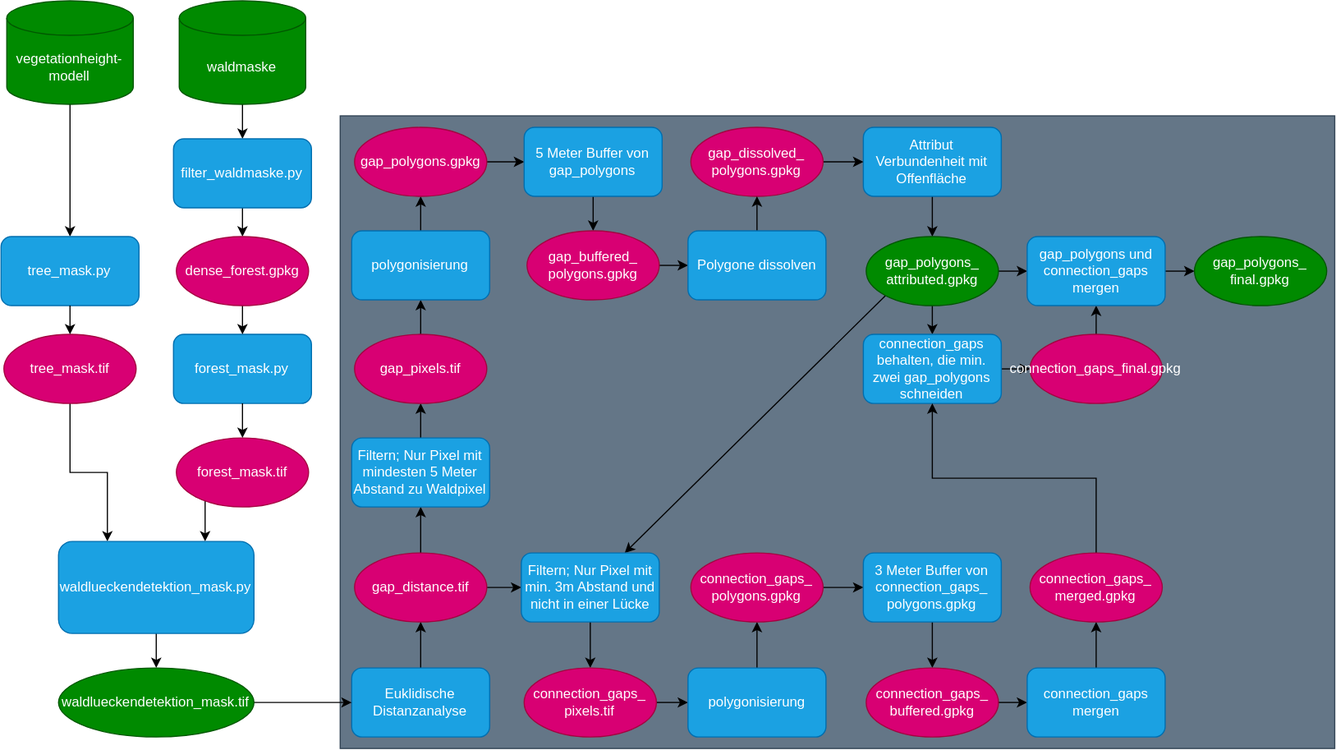
liobio72/Lueckendetektion keeps this draw.io diagram as Lueckendetektion_scripts.drawio.svg. Above is the earlier version. Source tidied: cells renumbered, new cells last; positions are measured from the earlier drawing's top-left corner, leaving out a move shared by most shapes.
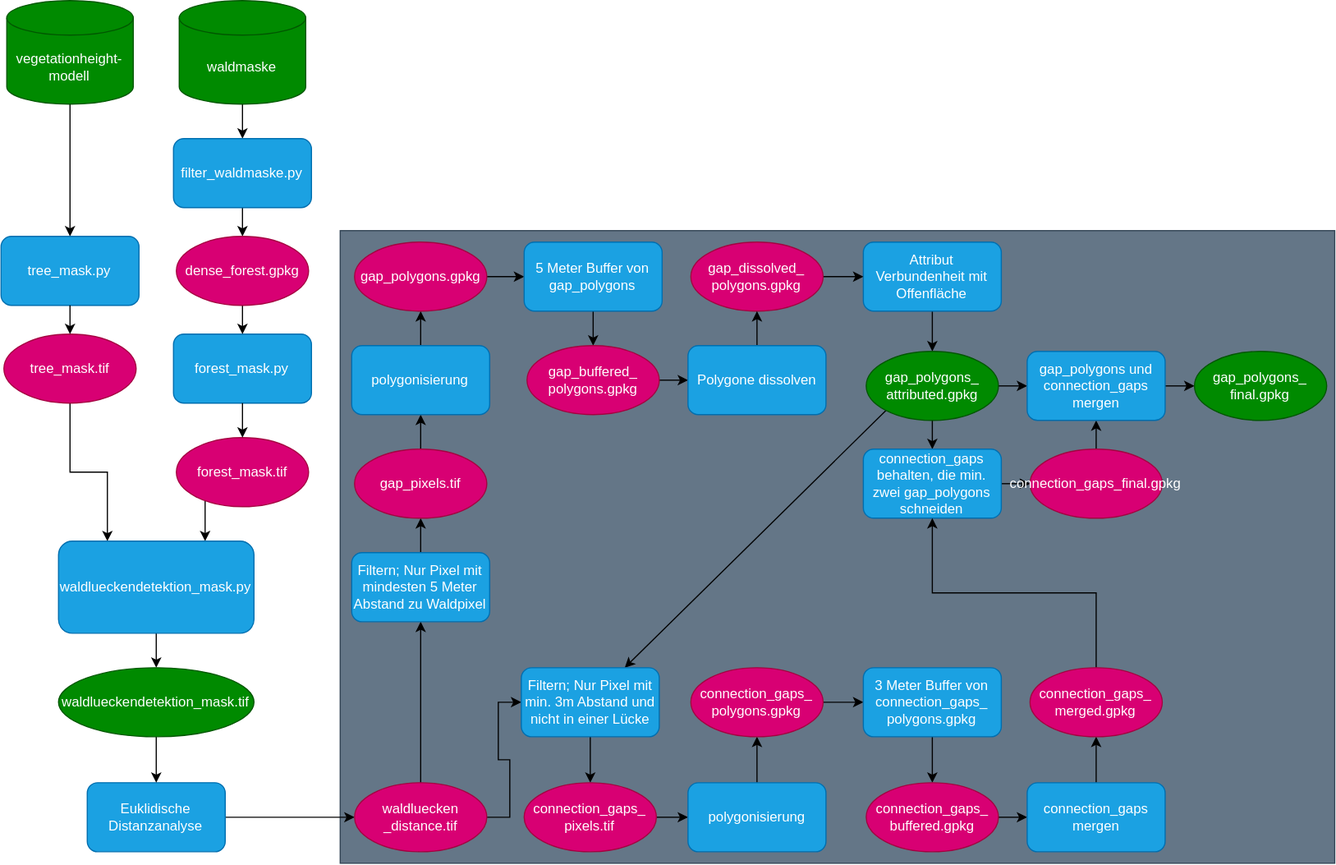
The same file after the commit.

Diff of the diagram source:
```diff
@@ -9,37 +9,37 @@
       <mxGeometry relative="1" as="geometry" />
     </mxCell>
     <mxCell id="4" value="vegetationheight-&lt;div&gt;modell&lt;/div&gt;" style="shape=cylinder3;whiteSpace=wrap;html=1;boundedLbl=1;backgroundOutline=1;size=15;fillColor=#008a00;fontColor=#ffffff;strokeColor=#005700;" parent="1" vertex="1">
-      <mxGeometry x="355" width="110" height="90" as="geometry" />
+      <mxGeometry x="355" y="-100" width="110" height="90" as="geometry" />
     </mxCell>
     <mxCell id="5" style="edgeStyle=orthogonalEdgeStyle;rounded=0;jettySize=auto;html=1;exitX=0.5;exitY=1;exitDx=0;exitDy=0;exitPerimeter=0;entryX=0.5;entryY=0;entryDx=0;entryDy=0;" parent="1" edge="1" source="6" target="12">
       <mxGeometry relative="1" as="geometry" />
     </mxCell>
     <mxCell id="6" value="waldmaske" style="shape=cylinder3;whiteSpace=wrap;html=1;boundedLbl=1;backgroundOutline=1;size=15;fillColor=#008a00;fontColor=#ffffff;strokeColor=#005700;" parent="1" vertex="1">
-      <mxGeometry x="505" width="110" height="90" as="geometry" />
+      <mxGeometry x="505" y="-100" width="110" height="90" as="geometry" />
     </mxCell>
     <mxCell id="7" style="edgeStyle=orthogonalEdgeStyle;rounded=0;jettySize=auto;html=1;exitX=0.5;exitY=1;exitDx=0;exitDy=0;entryX=0.25;entryY=0;entryDx=0;entryDy=0;" parent="1" edge="1" source="8" target="18">
       <mxGeometry relative="1" as="geometry" />
     </mxCell>
     <mxCell id="8" value="tree_mask.tif" style="ellipse;whiteSpace=wrap;html=1;fillColor=#d80073;fontColor=#ffffff;strokeColor=#A50040;" parent="1" vertex="1">
-      <mxGeometry x="352.5" y="290" width="115" height="60" as="geometry" />
+      <mxGeometry x="352.5" y="190" width="115" height="60" as="geometry" />
     </mxCell>
     <mxCell id="9" style="edgeStyle=orthogonalEdgeStyle;rounded=0;jettySize=auto;html=1;exitX=0;exitY=1;exitDx=0;exitDy=0;entryX=0.75;entryY=0;entryDx=0;entryDy=0;" parent="1" edge="1" source="10" target="18">
       <mxGeometry relative="1" as="geometry" />
     </mxCell>
     <mxCell id="10" value="forest_mask.tif" style="ellipse;whiteSpace=wrap;html=1;fillColor=#d80073;fontColor=#ffffff;strokeColor=#A50040;" parent="1" vertex="1">
-      <mxGeometry x="502.5" y="380" width="115" height="60" as="geometry" />
+      <mxGeometry x="502.5" y="280" width="115" height="60" as="geometry" />
     </mxCell>
     <mxCell id="11" style="edgeStyle=orthogonalEdgeStyle;rounded=0;jettySize=auto;html=1;exitX=0.5;exitY=1;exitDx=0;exitDy=0;entryX=0.5;entryY=0;entryDx=0;entryDy=0;" parent="1" edge="1" source="12" target="76">
       <mxGeometry relative="1" as="geometry" />
     </mxCell>
     <mxCell id="12" value="filter_waldmaske.py" style="rounded=1;whiteSpace=wrap;html=1;fillColor=#1ba1e2;fontColor=#ffffff;strokeColor=#006EAF;" parent="1" vertex="1">
-      <mxGeometry x="500" y="120" width="120" height="60" as="geometry" />
+      <mxGeometry x="500" y="20" width="120" height="60" as="geometry" />
     </mxCell>
     <mxCell id="13" value="forest_mask.py" style="rounded=1;whiteSpace=wrap;html=1;fillColor=#1ba1e2;fontColor=#ffffff;strokeColor=#006EAF;" parent="1" vertex="1">
-      <mxGeometry x="500" y="290" width="120" height="60" as="geometry" />
+      <mxGeometry x="500" y="190" width="120" height="60" as="geometry" />
     </mxCell>
     <mxCell id="14" value="tree_mask.py" style="rounded=1;whiteSpace=wrap;html=1;fillColor=#1ba1e2;fontColor=#ffffff;strokeColor=#006EAF;" parent="1" vertex="1">
-      <mxGeometry x="350" y="205" width="120" height="60" as="geometry" />
+      <mxGeometry x="350" y="105" width="120" height="60" as="geometry" />
     </mxCell>
     <mxCell id="15" style="edgeStyle=orthogonalEdgeStyle;rounded=0;jettySize=auto;html=1;exitX=0.5;exitY=1;exitDx=0;exitDy=0;entryX=0.5;entryY=0;entryDx=0;entryDy=0;" parent="1" edge="1" source="14" target="8">
       <mxGeometry relative="1" as="geometry" />
@@ -51,13 +51,13 @@
       <mxGeometry relative="1" as="geometry" />
     </mxCell>
     <mxCell id="18" value="waldlueckendetektion_mask.py" style="rounded=1;whiteSpace=wrap;html=1;fillColor=#1ba1e2;fontColor=#ffffff;strokeColor=#006EAF;" parent="1" vertex="1">
-      <mxGeometry x="400" y="470" width="170" height="80" as="geometry" />
+      <mxGeometry x="400" y="370" width="170" height="80" as="geometry" />
     </mxCell>
-    <mxCell id="19" style="edgeStyle=orthogonalEdgeStyle;rounded=0;jettySize=auto;html=1;exitX=0.5;exitY=0;exitDx=0;exitDy=0;entryX=0.5;entryY=1;entryDx=0;entryDy=0;" parent="1" edge="1" source="20" target="23">
+    <mxCell id="19" style="edgeStyle=orthogonalEdgeStyle;rounded=0;jettySize=auto;html=1;exitX=1;exitY=0.5;exitDx=0;exitDy=0;entryX=0;entryY=0.5;entryDx=0;entryDy=0;" parent="1" edge="1" source="20" target="23">
       <mxGeometry relative="1" as="geometry" />
     </mxCell>
     <mxCell id="20" value="Euklidische Distanzanalyse" style="rounded=1;whiteSpace=wrap;html=1;fillColor=#1ba1e2;fontColor=#ffffff;strokeColor=#006EAF;" parent="1" vertex="1">
-      <mxGeometry x="655" y="580" width="120" height="60" as="geometry" />
+      <mxGeometry x="425" y="580" width="120" height="60" as="geometry" />
     </mxCell>
     <mxCell id="21" style="edgeStyle=orthogonalEdgeStyle;rounded=0;jettySize=auto;html=1;exitX=0.5;exitY=0;exitDx=0;exitDy=0;entryX=0.5;entryY=1;entryDx=0;entryDy=0;" parent="1" edge="1" source="23" target="25">
       <mxGeometry relative="1" as="geometry" />
@@ -65,8 +65,8 @@
     <mxCell id="22" style="edgeStyle=orthogonalEdgeStyle;rounded=0;jettySize=auto;html=1;exitX=1;exitY=0.5;exitDx=0;exitDy=0;entryX=0;entryY=0.5;entryDx=0;entryDy=0;" parent="1" edge="1" source="23" target="53">
       <mxGeometry relative="1" as="geometry" />
     </mxCell>
-    <mxCell id="23" value="gap_distance.tif" style="ellipse;whiteSpace=wrap;html=1;fillColor=#d80073;fontColor=#ffffff;strokeColor=#A50040;" parent="1" vertex="1">
-      <mxGeometry x="657.5" y="480" width="115" height="60" as="geometry" />
+    <mxCell id="23" value="waldluecken&lt;div&gt;_distance.tif&lt;/div&gt;" style="ellipse;whiteSpace=wrap;html=1;fillColor=#d80073;fontColor=#ffffff;strokeColor=#A50040;" parent="1" vertex="1">
+      <mxGeometry x="657.5" y="580" width="115" height="60" as="geometry" />
     </mxCell>
     <mxCell id="24" style="edgeStyle=orthogonalEdgeStyle;rounded=0;jettySize=auto;html=1;exitX=0.5;exitY=0;exitDx=0;exitDy=0;entryX=0.5;entryY=1;entryDx=0;entryDy=0;" parent="1" edge="1" source="25" target="27">
       <mxGeometry relative="1" as="geometry" />
@@ -104,11 +104,11 @@
     <mxCell id="35" value="gap_buffered_&lt;div&gt;polygons.gpkg&lt;/div&gt;" style="ellipse;whiteSpace=wrap;html=1;fillColor=#d80073;fontColor=#ffffff;strokeColor=#A50040;" parent="1" vertex="1">
       <mxGeometry x="807.5" y="200" width="115" height="60" as="geometry" />
     </mxCell>
-    <mxCell id="36" style="edgeStyle=orthogonalEdgeStyle;rounded=0;jettySize=auto;html=1;exitX=1;exitY=0.5;exitDx=0;exitDy=0;entryX=0;entryY=0.5;entryDx=0;entryDy=0;" parent="1" edge="1" source="37" target="20">
+    <mxCell id="36" style="edgeStyle=orthogonalEdgeStyle;rounded=0;jettySize=auto;html=1;exitX=0.5;exitY=1;exitDx=0;exitDy=0;entryX=0.5;entryY=0;entryDx=0;entryDy=0;" parent="1" edge="1" source="37" target="20">
       <mxGeometry relative="1" as="geometry" />
     </mxCell>
     <mxCell id="37" value="waldlueckendetektion_&lt;span style=&quot;background-color: transparent; color: light-dark(rgb(255, 255, 255), rgb(18, 18, 18));&quot;&gt;mask.tif&lt;/span&gt;" style="ellipse;whiteSpace=wrap;html=1;fillColor=#008a00;fontColor=#ffffff;strokeColor=#005700;" parent="1" vertex="1">
-      <mxGeometry x="400" y="580" width="170" height="60" as="geometry" />
+      <mxGeometry x="400" y="480" width="170" height="60" as="geometry" />
     </mxCell>
     <mxCell id="38" style="edgeStyle=orthogonalEdgeStyle;rounded=0;jettySize=auto;html=1;exitX=0.5;exitY=1;exitDx=0;exitDy=0;entryX=0.5;entryY=0;entryDx=0;entryDy=0;" parent="1" edge="1" source="39" target="47">
       <mxGeometry relative="1" as="geometry" />
@@ -233,7 +233,7 @@
       <mxGeometry relative="1" as="geometry" />
     </mxCell>
     <mxCell id="76" value="dense_forest&lt;span style=&quot;background-color: transparent; color: light-dark(rgb(255, 255, 255), rgb(18, 18, 18));&quot;&gt;.gpkg&lt;/span&gt;" style="ellipse;whiteSpace=wrap;html=1;fillColor=#d80073;fontColor=#ffffff;strokeColor=#A50040;" parent="1" vertex="1">
-      <mxGeometry x="502.5" y="205" width="115" height="60" as="geometry" />
+      <mxGeometry x="502.5" y="105" width="115" height="60" as="geometry" />
     </mxCell>
   </root>
 </mxGraphModel>
```
